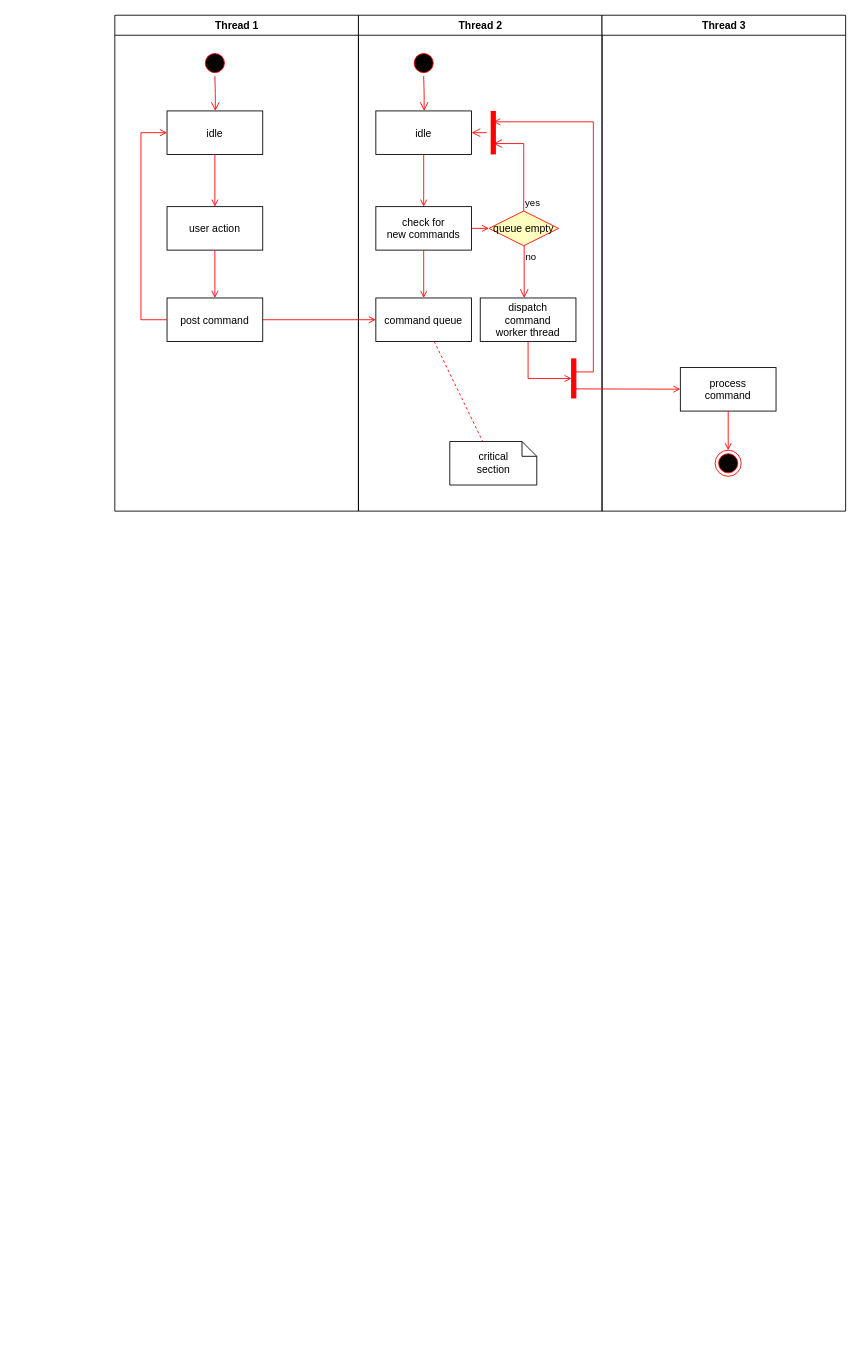
Earlier version of the draw.io diagram Untitled Diagram.drawio (xxminhmie/override-project-document). Source tidied: cells renumbered, new cells numbered last; positions are measured from the earlier drawing's top-left corner, leaving out a move shared by most shapes. Both pictures are drawn from the tidied source at 87%, with x=0, y=0 at pixel (114, 15).
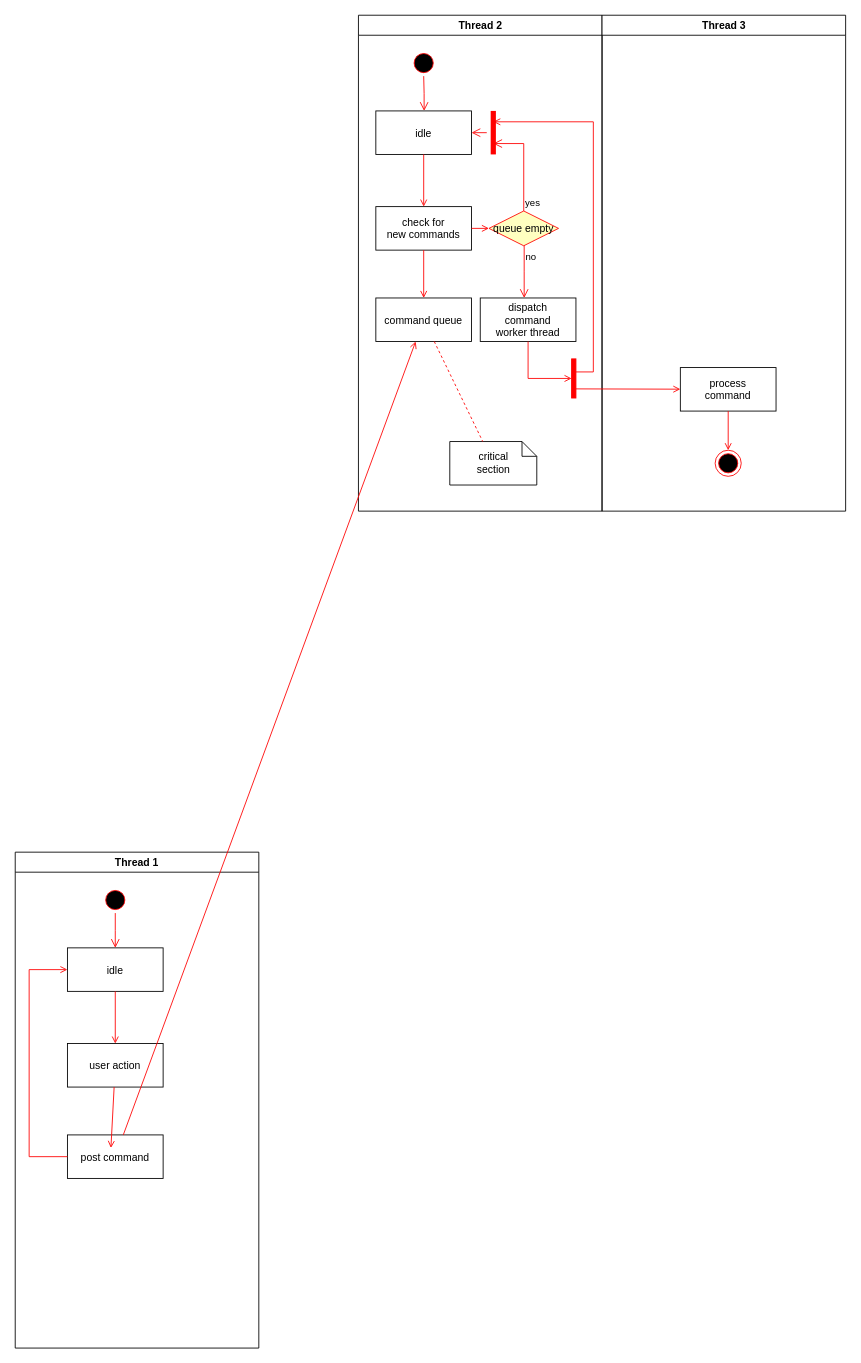
Above is the later version.

Unchanged cells that the change refers to:
```xml
<mxCell id="5" value="idle" parent="2" vertex="1">
  <mxGeometry x="60" y="110" width="110" height="50" as="geometry" />
</mxCell>
<mxCell id="6" value="user action" parent="2" vertex="1">
  <mxGeometry x="60" y="220" width="110" height="50" as="geometry" />
</mxCell>
<mxCell id="8" value="post command" parent="2" vertex="1">
  <mxGeometry x="60" y="325" width="110" height="50" as="geometry" />
</mxCell>
```

What changed in the source:
```diff
@@
     <mxCell id="2" value="Thread 1" style="swimlane;whiteSpace=wrap;" parent="1" vertex="1">
-      <mxGeometry x="0.5" width="280" height="570" as="geometry" />
+      <mxGeometry x="-114" y="962" width="280" height="570" as="geometry" />
     </mxCell>
@@
-    <mxCell id="9" style="endArrow=open;strokeColor=#FF0000;endFill=1;rounded=0;" parent="2" edge="1" source="6" target="8">
-      <mxGeometry relative="1" as="geometry" />
+    <mxCell id="9" style="endArrow=open;strokeColor=#FF0000;endFill=1;rounded=0;" parent="2" edge="1" source="6">
+      <mxGeometry relative="1" as="geometry">
+        <mxPoint x="110" y="340" as="targetPoint" />
+      </mxGeometry>
     </mxCell>
     <mxCell id="10" style="edgeStyle=elbowEdgeStyle;elbow=horizontal;strokeColor=#FF0000;endArrow=open;endFill=1;rounded=0;" parent="2" edge="1" source="8" target="5">
       <mxGeometry relative="1" as="geometry">
         <Array as="points">
+          <mxPoint x="16" y="12" />
           <mxPoint x="30" y="250" />
         </Array>
       </mxGeometry>
     </mxCell>
```
